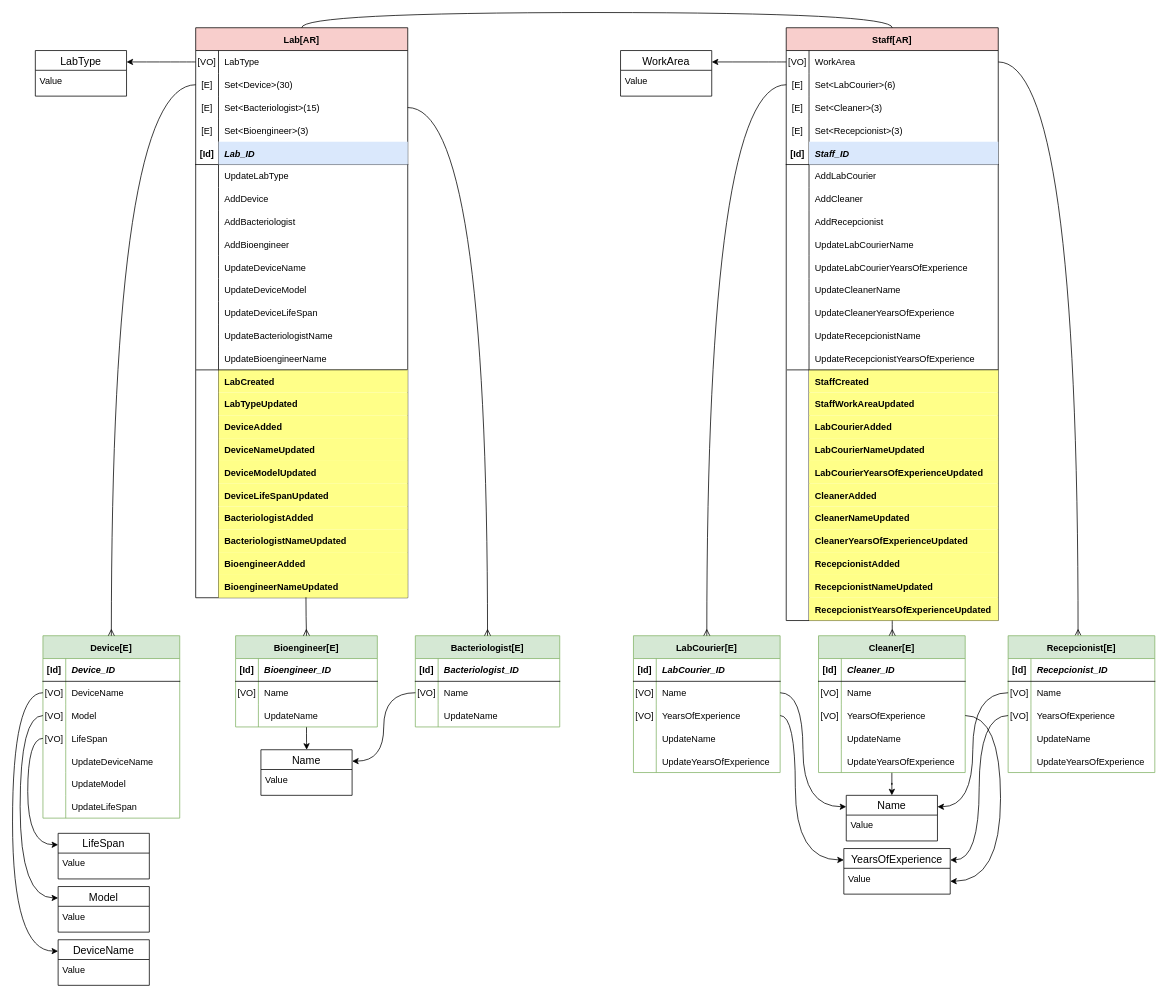
Before: page "Model" (3 of 4) of src/main/java/MedalloLab.drawio in jpabloallin/medellinLabDDD, a draw.io diagram. Source tidied: cells renumbered, new cells numbered last; positions are measured from the earlier drawing's top-left corner, leaving out a move shared by most shapes. Both pictures are drawn from the tidied source at 76%, with x=0, y=0 at pixel (12, 27).
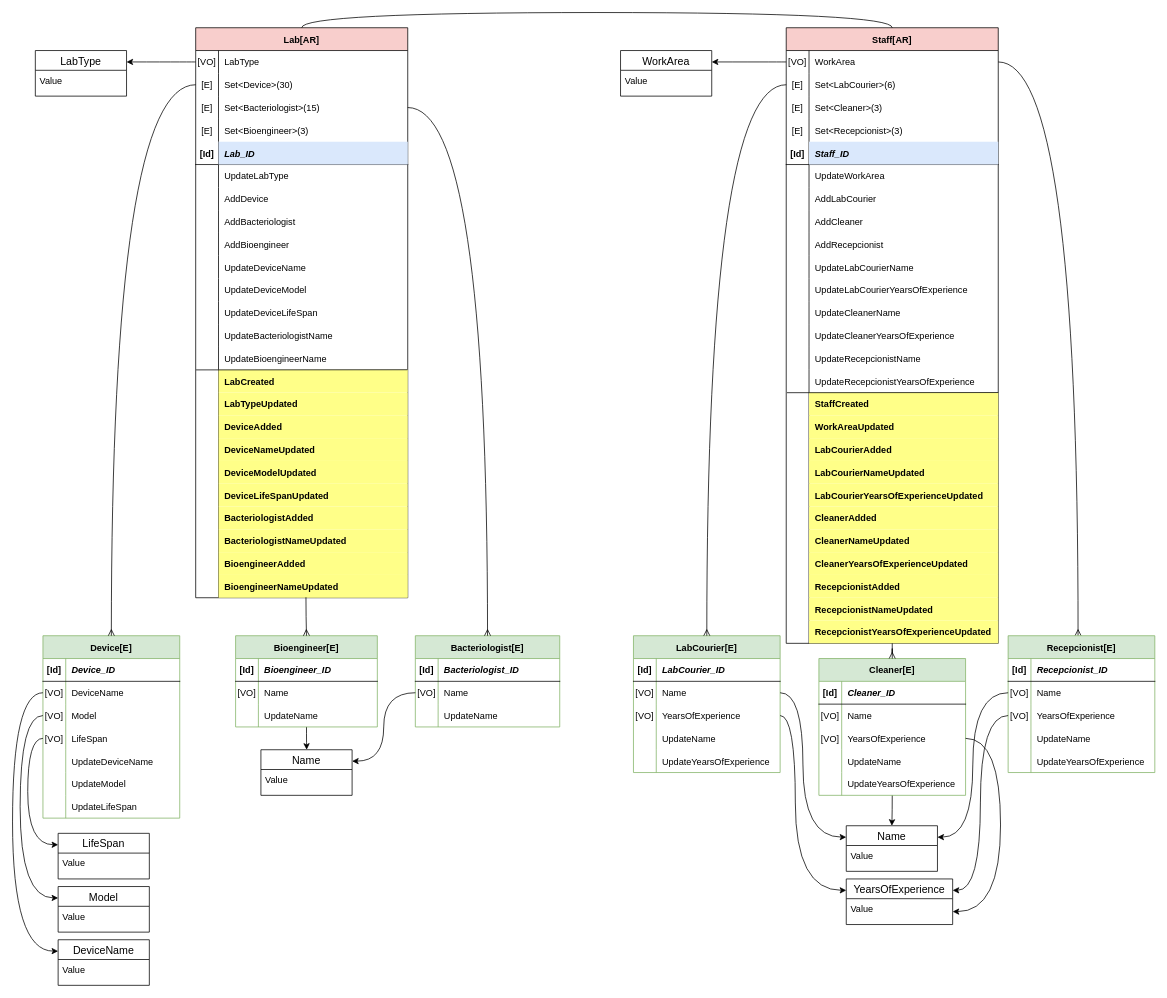
The same page after the edit.

Unchanged cells that the change refers to:
```xml
<mxCell id="142" style="shape=partialRectangle;fillColor=none;top=0;left=0;bottom=0;right=0;points=[[0,0.5],[1,0.5]];portConstraint=eastwest;" parent="138" vertex="1">
  <mxGeometry y="60" width="193" height="30" as="geometry" />
</mxCell>
<mxCell id="145" style="shape=partialRectangle;fillColor=none;top=0;left=0;bottom=0;right=0;points=[[0,0.5],[1,0.5]];portConstraint=eastwest;" parent="138" vertex="1">
  <mxGeometry y="90" width="193" height="30" as="geometry" />
</mxCell>
<mxCell id="154" style="group;" parent="1" vertex="1">
  <mxGeometry x="1017" width="280" height="750" as="geometry" />
</mxCell>
<mxCell id="235" value="Value" style="text;strokeColor=none;fillColor=none;spacingLeft=4;spacingRight=4;overflow=hidden;points=[[0,0.5],[1,0.5]];portConstraint=eastwest;fontSize=12;" parent="234" vertex="1">
  <mxGeometry y="26" width="140" height="34" as="geometry" />
</mxCell>
<mxCell id="262" style="shape=partialRectangle;fillColor=none;top=0;left=0;bottom=0;right=0;points=[[0,0.5],[1,0.5]];portConstraint=eastwest;" parent="255" vertex="1">
  <mxGeometry y="90" width="193" height="30" as="geometry" />
</mxCell>
```

The edit, as a diff of the source:
```diff
@@
     <mxCell id="155" value="Staff[AR]" style="shape=table;startSize=30;childLayout=tableLayout;rowLines=0;fontStyle=1;align=center;fillColor=#f8cecc;strokeColor=#000000;" parent="154" vertex="1">
-      <mxGeometry x="1" width="279" height="780" as="geometry" />
+      <mxGeometry x="1" width="279" height="810" as="geometry" />
     </mxCell>
@@
+    <mxCell id="281" style="shape=partialRectangle;fillColor=none;top=0;left=0;bottom=0;right=0;fontSize=14;verticalAlign=top;" parent="155" vertex="1">
+      <mxGeometry y="180" width="279" height="30" as="geometry" />
+    </mxCell>
+    <mxCell id="282" style="shape=partialRectangle;fillColor=none;top=0;left=0;bottom=0;right=0;overflow=hidden;" parent="281" vertex="1">
+      <mxGeometry width="30" height="30" as="geometry" />
+    </mxCell>
+    <mxCell id="283" value="UpdateWorkArea" style="shape=partialRectangle;fillColor=none;top=0;left=0;bottom=0;right=0;align=left;spacingLeft=6;overflow=hidden;" parent="281" vertex="1">
+      <mxGeometry x="30" width="249" height="30" as="geometry" />
+    </mxCell>
     <mxCell id="171" style="shape=partialRectangle;fillColor=none;top=0;left=0;bottom=0;right=0;fontSize=14;verticalAlign=top;" parent="155" vertex="1">
-      <mxGeometry y="180" width="279" height="30" as="geometry" />
+      <mxGeometry y="210" width="279" height="30" as="geometry" />
     </mxCell>
@@
     <mxCell id="174" style="shape=partialRectangle;fillColor=none;top=0;left=0;bottom=0;right=0;fontSize=11;verticalAlign=top;" parent="155" vertex="1">
-      <mxGeometry y="210" width="279" height="30" as="geometry" />
+      <mxGeometry y="240" width="279" height="30" as="geometry" />
     </mxCell>
@@
     <mxCell id="177" style="shape=partialRectangle;fillColor=none;top=0;left=0;bottom=0;right=0;fontSize=11;verticalAlign=top;" parent="155" vertex="1">
-      <mxGeometry y="240" width="279" height="30" as="geometry" />
+      <mxGeometry y="270" width="279" height="30" as="geometry" />
     </mxCell>
@@
     <mxCell id="180" style="shape=partialRectangle;fillColor=none;top=0;left=0;bottom=0;right=0;fontSize=14;" parent="155" vertex="1">
-      <mxGeometry y="270" width="279" height="30" as="geometry" />
+      <mxGeometry y="300" width="279" height="30" as="geometry" />
     </mxCell>
@@
     <mxCell id="183" style="shape=partialRectangle;fillColor=none;top=0;left=0;bottom=0;right=0;fontSize=14;" parent="155" vertex="1">
-      <mxGeometry y="300" width="279" height="30" as="geometry" />
+      <mxGeometry y="330" width="279" height="30" as="geometry" />
     </mxCell>
@@
     <mxCell id="186" style="shape=partialRectangle;fillColor=none;top=0;left=0;bottom=0;right=0;fontSize=14;" parent="155" vertex="1">
-      <mxGeometry y="330" width="279" height="30" as="geometry" />
+      <mxGeometry y="360" width="279" height="30" as="geometry" />
     </mxCell>
@@
     <mxCell id="189" style="shape=partialRectangle;fillColor=none;top=0;left=0;bottom=0;right=0;fontSize=14;" parent="155" vertex="1">
-      <mxGeometry y="360" width="279" height="30" as="geometry" />
+      <mxGeometry y="390" width="279" height="30" as="geometry" />
     </mxCell>
@@
     <mxCell id="192" style="shape=partialRectangle;fillColor=none;top=0;left=0;bottom=0;right=0;fontSize=14;" parent="155" vertex="1">
-      <mxGeometry y="390" width="279" height="30" as="geometry" />
+      <mxGeometry y="420" width="279" height="30" as="geometry" />
     </mxCell>
@@
     <mxCell id="195" style="shape=partialRectangle;fillColor=none;top=0;left=0;bottom=0;right=0;fontSize=14;" parent="155" vertex="1">
-      <mxGeometry y="420" width="279" height="30" as="geometry" />
+      <mxGeometry y="450" width="279" height="30" as="geometry" />
     </mxCell>
@@
     <mxCell id="198" style="shape=partialRectangle;fillColor=none;top=0;left=0;bottom=0;right=0;fontSize=14;verticalAlign=top;" parent="155" vertex="1">
-      <mxGeometry y="450" width="279" height="30" as="geometry" />
+      <mxGeometry y="480" width="279" height="30" as="geometry" />
     </mxCell>
@@
     <mxCell id="201" style="shape=partialRectangle;fillColor=none;top=0;left=0;bottom=0;right=0;fontSize=14;verticalAlign=top;" parent="155" vertex="1">
-      <mxGeometry y="480" width="279" height="30" as="geometry" />
+      <mxGeometry y="510" width="279" height="30" as="geometry" />
     </mxCell>
@@
-    <mxCell id="203" value="StaffWorkAreaUpdated" style="shape=partialRectangle;fillColor=#ffff88;top=0;left=0;bottom=0;right=0;align=left;spacingLeft=6;overflow=hidden;fontStyle=1;strokeColor=#36393d;" parent="201" vertex="1">
+    <mxCell id="203" value="WorkAreaUpdated" style="shape=partialRectangle;fillColor=#ffff88;top=0;left=0;bottom=0;right=0;align=left;spacingLeft=6;overflow=hidden;fontStyle=1;strokeColor=#36393d;" parent="201" vertex="1">
       <mxGeometry x="30" width="249" height="30" as="geometry" />
     </mxCell>
     <mxCell id="204" style="shape=partialRectangle;fillColor=none;top=0;left=0;bottom=0;right=0;fontSize=14;verticalAlign=top;fontStyle=1;" parent="155" vertex="1">
-      <mxGeometry y="510" width="279" height="30" as="geometry" />
+      <mxGeometry y="540" width="279" height="30" as="geometry" />
     </mxCell>
@@
     <mxCell id="207" style="shape=partialRectangle;fillColor=none;top=0;left=0;bottom=0;right=0;fontSize=14;verticalAlign=top;fontStyle=1;" parent="155" vertex="1">
-      <mxGeometry y="540" width="279" height="30" as="geometry" />
+      <mxGeometry y="570" width="279" height="30" as="geometry" />
     </mxCell>
@@
     <mxCell id="210" style="shape=partialRectangle;fillColor=none;top=0;left=0;bottom=0;right=0;fontSize=14;verticalAlign=top;fontStyle=1;" parent="155" vertex="1">
-      <mxGeometry y="570" width="279" height="30" as="geometry" />
+      <mxGeometry y="600" width="279" height="30" as="geometry" />
     </mxCell>
@@
     <mxCell id="213" style="shape=partialRectangle;fillColor=none;top=0;left=0;bottom=0;right=0;fontSize=14;verticalAlign=top;fontStyle=1;" parent="155" vertex="1">
-      <mxGeometry y="600" width="279" height="30" as="geometry" />
+      <mxGeometry y="630" width="279" height="30" as="geometry" />
     </mxCell>
@@
     <mxCell id="216" style="shape=partialRectangle;fillColor=none;top=0;left=0;bottom=0;right=0;fontSize=14;verticalAlign=top;fontStyle=1;" parent="155" vertex="1">
-      <mxGeometry y="630" width="279" height="30" as="geometry" />
+      <mxGeometry y="660" width="279" height="30" as="geometry" />
     </mxCell>
@@
     <mxCell id="219" style="shape=partialRectangle;fillColor=none;top=0;left=0;bottom=0;right=0;fontSize=14;verticalAlign=top;fontStyle=1;" parent="155" vertex="1">
-      <mxGeometry y="660" width="279" height="30" as="geometry" />
+      <mxGeometry y="690" width="279" height="30" as="geometry" />
     </mxCell>
@@
     <mxCell id="222" style="shape=partialRectangle;fillColor=none;top=0;left=0;bottom=0;right=0;fontSize=14;verticalAlign=top;fontStyle=1;" parent="155" vertex="1">
-      <mxGeometry y="690" width="279" height="30" as="geometry" />
+      <mxGeometry y="720" width="279" height="30" as="geometry" />
     </mxCell>
@@
     <mxCell id="225" style="shape=partialRectangle;fillColor=none;top=0;left=0;bottom=0;right=0;fontSize=14;verticalAlign=top;fontStyle=1;" parent="155" vertex="1">
-      <mxGeometry y="720" width="279" height="30" as="geometry" />
+      <mxGeometry y="750" width="279" height="30" as="geometry" />
     </mxCell>
@@
     <mxCell id="228" style="shape=partialRectangle;fillColor=none;top=0;left=0;bottom=0;right=0;fontSize=14;verticalAlign=top;fontStyle=1;" parent="155" vertex="1">
-      <mxGeometry y="750" width="279" height="30" as="geometry" />
+      <mxGeometry y="780" width="279" height="30" as="geometry" />
     </mxCell>
@@
     <mxCell id="231" style="endArrow=none;html=1;rounded=0;fontSize=13;" parent="154" edge="1">
       <mxGeometry relative="1" as="geometry">
-        <mxPoint x="2" y="450.2" as="sourcePoint" />
-        <mxPoint x="280" y="450" as="targetPoint" />
+        <mxPoint x="2" y="480.2" as="sourcePoint" />
+        <mxPoint x="280" y="480" as="targetPoint" />
       </mxGeometry>
     </mxCell>
     <mxCell id="232" value="Name" style="swimlane;fontStyle=0;horizontal=1;startSize=26;align=center;fontSize=14;strokeColor=#000000;" parent="1" vertex="1">
-      <mxGeometry x="1097" y="1010" width="120" height="60" as="geometry" />
+      <mxGeometry x="1097" y="1050" width="120" height="60" as="geometry" />
     </mxCell>
@@
     <mxCell id="234" value="YearsOfExperience" style="swimlane;fontStyle=0;horizontal=1;startSize=26;align=center;fontSize=14;strokeColor=#000000;" parent="1" vertex="1">
-      <mxGeometry x="1093.8" y="1080" width="140" height="60" as="geometry" />
+      <mxGeometry x="1097" y="1120" width="140" height="60" as="geometry" />
     </mxCell>
@@
-    <mxCell id="254" style="edgeStyle=orthogonalEdgeStyle;curved=1;rounded=0;jettySize=auto;html=1;fontSize=24;startArrow=none;startFill=0;endArrow=classic;endFill=1;entryX=0.5;entryY=0;entryDx=0;entryDy=0;" parent="1" edge="1" source="255" target="232">
+    <mxCell id="254" style="edgeStyle=orthogonalEdgeStyle;curved=1;rounded=0;jettySize=auto;html=1;entryX=0.5;entryY=0;entryDx=0;entryDy=0;fontSize=24;startArrow=none;startFill=0;endArrow=classic;endFill=1;" parent="1" edge="1" source="255" target="232">
       <mxGeometry relative="1" as="geometry" />
     </mxCell>
     <mxCell id="255" value="Cleaner[E]" style="shape=table;startSize=30;childLayout=tableLayout;rowLines=0;fontStyle=1;align=center;fillColor=#d5e8d4;strokeColor=#82b366;" parent="1" vertex="1">
-      <mxGeometry x="1060.5" y="800" width="193" height="180" as="geometry" />
+      <mxGeometry x="1061" y="830" width="193" height="180" as="geometry" />
     </mxCell>
@@
     <mxCell id="271" style="edgeStyle=orthogonalEdgeStyle;curved=1;rounded=0;jettySize=auto;html=1;entryX=0;entryY=0.25;entryDx=0;entryDy=0;fontSize=24;startArrow=none;startFill=0;endArrow=classic;endFill=1;" parent="1" edge="1" source="142" target="232">
       <mxGeometry relative="1" as="geometry">
         <Array as="points">
           <mxPoint x="1040" y="875" />
-          <mxPoint x="1040" y="1025" />
+          <mxPoint x="1040" y="1065" />
         </Array>
       </mxGeometry>
     </mxCell>
@@
-    <mxCell id="274" style="edgeStyle=orthogonalEdgeStyle;curved=1;rounded=0;jettySize=auto;html=1;entryX=0;entryY=0.25;entryDx=0;entryDy=0;fontSize=24;startArrow=none;startFill=0;endArrow=classic;endFill=1;" parent="1" edge="1" source="145" target="234">
-      <mxGeometry relative="1" as="geometry">
-        <Array as="points">
-          <mxPoint x="1030" y="905" />
-          <mxPoint x="1030" y="1095" />
-        </Array>
-      </mxGeometry>
-    </mxCell>
-    <mxCell id="275" style="edgeStyle=orthogonalEdgeStyle;curved=1;rounded=0;jettySize=auto;html=1;entryX=1;entryY=0.5;entryDx=0;entryDy=0;fontSize=24;startArrow=none;startFill=0;endArrow=classic;endFill=1;" parent="1" edge="1" source="262" target="235">
+    <mxCell id="275" style="edgeStyle=orthogonalEdgeStyle;curved=1;rounded=0;jettySize=auto;html=1;entryX=1;entryY=0.5;entryDx=0;entryDy=0;fontSize=24;startArrow=none;startFill=0;endArrow=classic;endFill=1;exitX=1;exitY=0.5;exitDx=0;exitDy=0;" parent="1" edge="1" source="262" target="235">
       <mxGeometry relative="1" as="geometry">
         <Array as="points">
-          <mxPoint x="1300" y="905" />
-          <mxPoint x="1300" y="1123" />
+          <mxPoint x="1300" y="935" />
+          <mxPoint x="1300" y="1163" />
         </Array>
       </mxGeometry>
     </mxCell>
@@
+    <mxCell id="274" style="edgeStyle=orthogonalEdgeStyle;curved=1;rounded=0;jettySize=auto;html=1;entryX=0;entryY=0.25;entryDx=0;entryDy=0;fontSize=24;startArrow=none;startFill=0;endArrow=classic;endFill=1;" parent="1" edge="1" source="145" target="234">
+      <mxGeometry relative="1" as="geometry">
+        <Array as="points">
+          <mxPoint x="1030" y="905" />
+          <mxPoint x="1030" y="1135" />
+        </Array>
+      </mxGeometry>
+    </mxCell>
```
